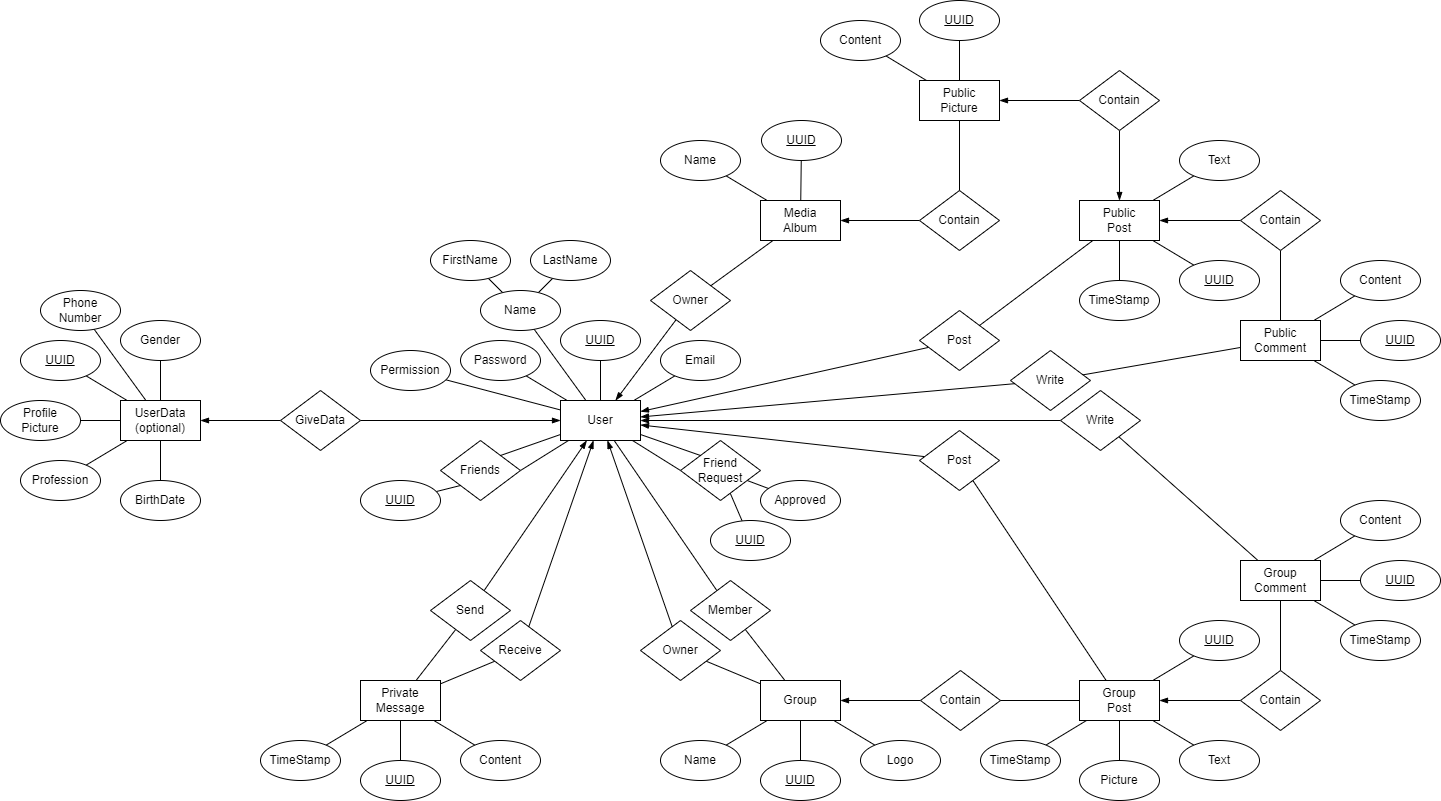
Earlier version of the draw.io export documentation/diagrams/er_diagram.png (AasinR/post-request). Source tidied: cells renumbered, new cells last; positions are measured from the earlier drawing's top-left corner, leaving out a move shared by most shapes.
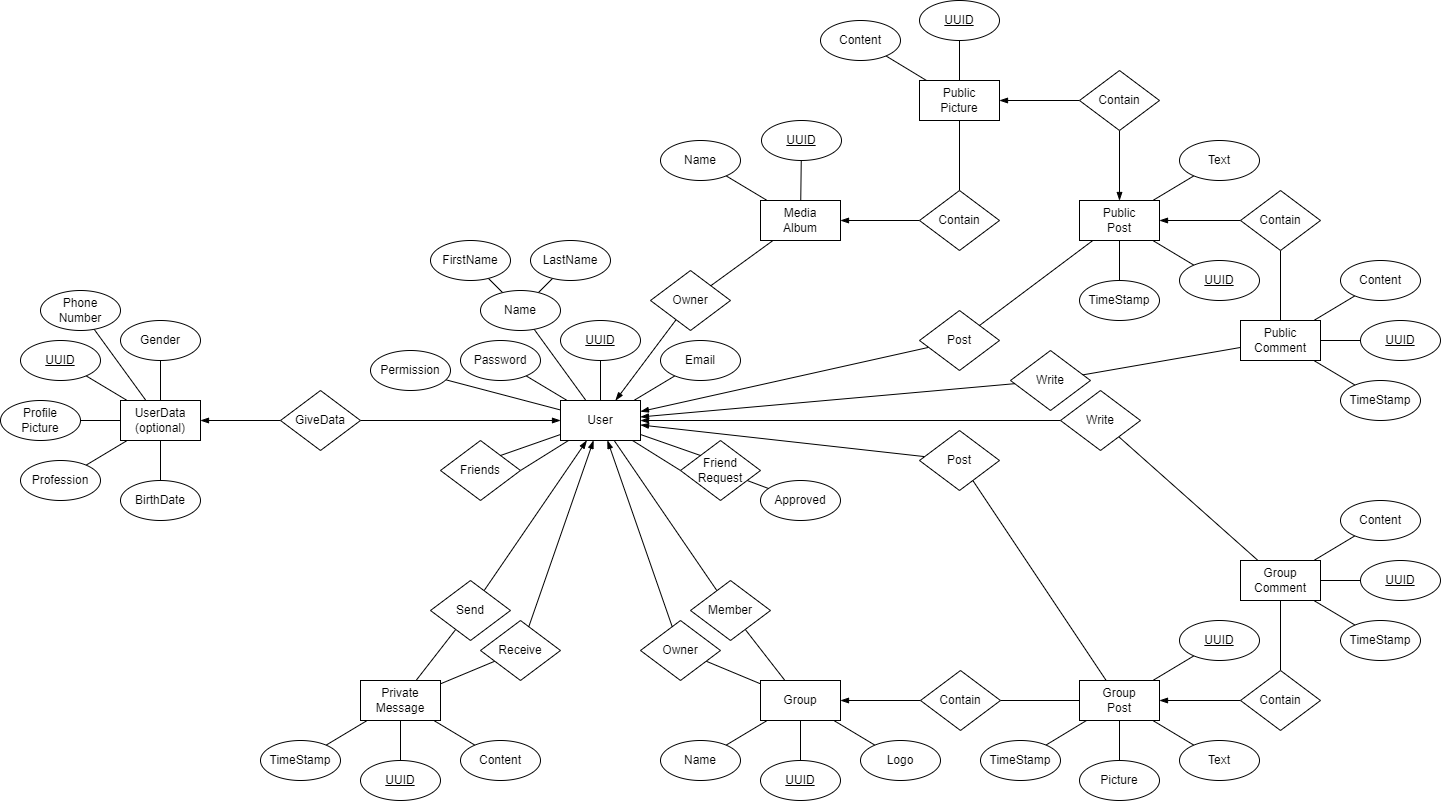
After the change.

Commit message:
normal forms, modified diagrams

What changed in the source:
```diff
@@ -92,9 +92,6 @@
     <mxCell id="31" value="Gender" style="ellipse;whiteSpace=wrap;html=1;" parent="1" vertex="1">
       <mxGeometry x="120" y="320" width="80" height="40" as="geometry" />
     </mxCell>
-    <mxCell id="32" style="edgeStyle=none;rounded=0;jettySize=auto;html=1;exitX=0;exitY=1;exitDx=0;exitDy=0;endArrow=none;endFill=0;" parent="1" edge="1" source="35" target="41">
-      <mxGeometry relative="1" as="geometry" />
-    </mxCell>
     <mxCell id="33" style="edgeStyle=none;rounded=0;jettySize=auto;html=1;exitX=1;exitY=0;exitDx=0;exitDy=0;endArrow=none;endFill=0;" parent="1" edge="1" source="35" target="9">
       <mxGeometry relative="1" as="geometry" />
     </mxCell>
@@ -104,9 +101,6 @@
     <mxCell id="35" value="Friends" style="shape=rhombus;perimeter=rhombusPerimeter;whiteSpace=wrap;html=1;align=center;" parent="1" vertex="1">
       <mxGeometry x="440" y="440" width="80" height="60" as="geometry" />
     </mxCell>
-    <mxCell id="36" style="edgeStyle=none;rounded=0;jettySize=auto;html=1;endArrow=none;endFill=0;" parent="1" edge="1" source="40" target="42">
-      <mxGeometry relative="1" as="geometry" />
-    </mxCell>
     <mxCell id="37" style="edgeStyle=none;rounded=0;jettySize=auto;html=1;endArrow=none;endFill=0;" parent="1" edge="1" source="40" target="43">
       <mxGeometry relative="1" as="geometry" />
     </mxCell>
@@ -119,12 +113,6 @@
     <mxCell id="40" value="Friend&lt;br&gt;Request" style="shape=rhombus;perimeter=rhombusPerimeter;whiteSpace=wrap;html=1;align=center;" parent="1" vertex="1">
       <mxGeometry x="680" y="440" width="80" height="60" as="geometry" />
     </mxCell>
-    <mxCell id="41" value="&lt;u&gt;UUID&lt;/u&gt;" style="ellipse;whiteSpace=wrap;html=1;" parent="1" vertex="1">
-      <mxGeometry x="360" y="480" width="80" height="40" as="geometry" />
-    </mxCell>
-    <mxCell id="42" value="&lt;u&gt;UUID&lt;/u&gt;" style="ellipse;whiteSpace=wrap;html=1;" parent="1" vertex="1">
-      <mxGeometry x="710" y="520" width="80" height="40" as="geometry" />
-    </mxCell>
     <mxCell id="43" value="Approved" style="ellipse;whiteSpace=wrap;html=1;" parent="1" vertex="1">
       <mxGeometry x="760" y="480" width="80" height="40" as="geometry" />
     </mxCell>
```
